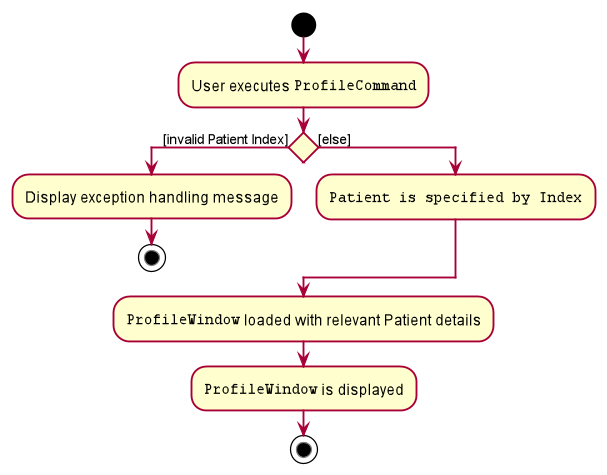
Before: docs/images/ProfileCommandActivityDiagram.png, a diagram exported from PlantUML (nus-cs2103-AY2021S1/tp).
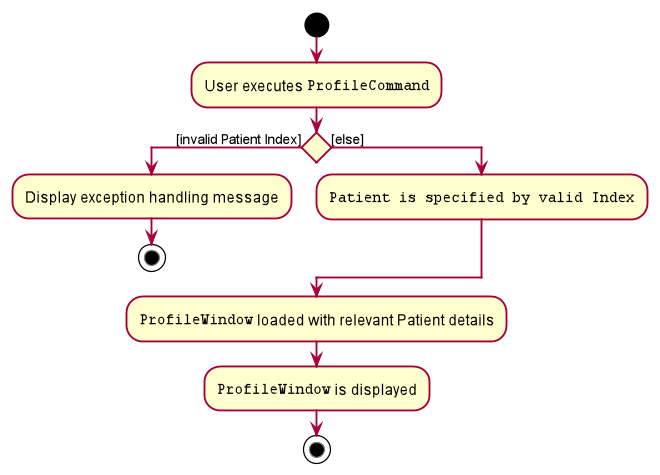
After the commit.

What changed in the source:
```diff
@@ -54,7 +54,7 @@
         :Display exception handling message;
                 stop
     else([else])
-        :""Patient is specified by Index"";
+        :""Patient is specified by valid Index"";
 endif
 :""ProfileWindow"" loaded with relevant Patient details;
 :""ProfileWindow"" is displayed;
```
